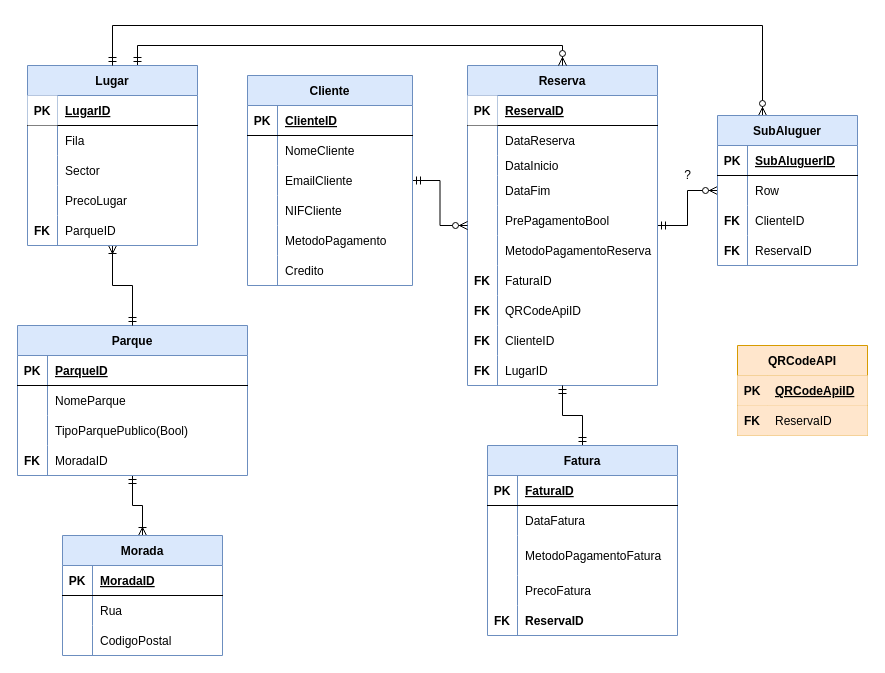
PauloTor/UPskillDOTNET keeps this draw.io diagram as ERSmartParking.drawio. Above is the earlier version. Source tidied: cells renumbered, new cells numbered last; positions are measured from the earlier drawing's top-left corner, leaving out a move shared by most shapes. Both pictures are drawn from the tidied source at 100%, with x=0, y=0 at pixel (17, 25).
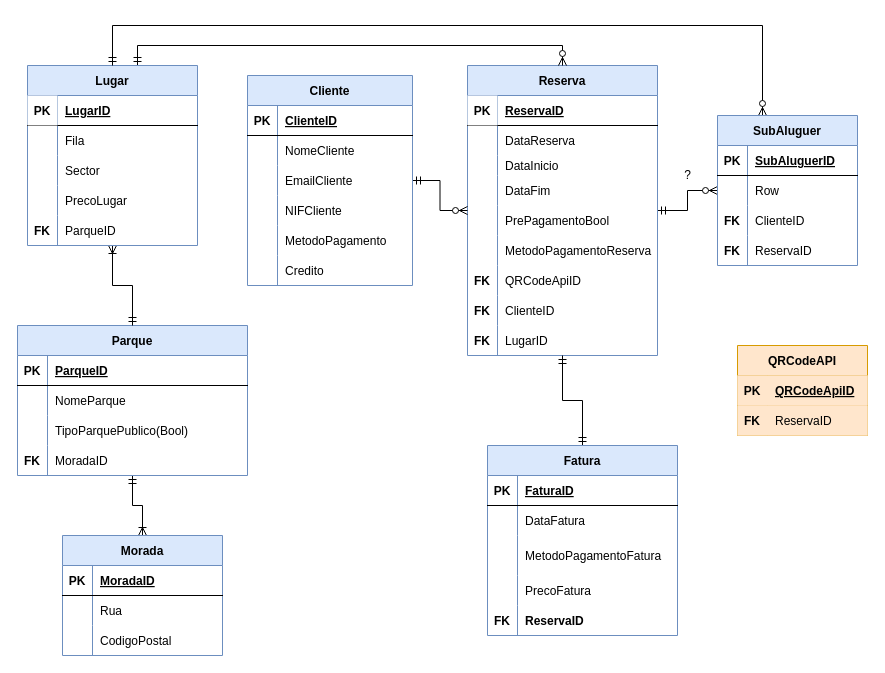
The same page after the edit.

Change to the diagram source:
```diff
@@
     <mxCell id="3" value="Reserva" style="shape=table;startSize=30;childLayout=tableLayout;rowLines=0;fontStyle=1;align=center;fillColor=#dae8fc;strokeColor=#6c8ebf;" parent="1" vertex="1">
-      <mxGeometry x="450" y="40" width="190" height="320" as="geometry" />
+      <mxGeometry x="450" y="40" width="190" height="290" as="geometry" />
     </mxCell>
@@
-    <mxCell id="22" style="shape=partialRectangle;fillColor=none;top=0;left=0;bottom=0;right=0;" parent="3" vertex="1">
-      <mxGeometry y="200" width="190" height="30" as="geometry" />
-    </mxCell>
-    <mxCell id="23" value="FK" style="shape=partialRectangle;fillColor=none;top=0;left=0;bottom=0;right=0;fontStyle=1;overflow=hidden;" parent="22" vertex="1">
-      <mxGeometry width="30" height="30" as="geometry" />
-    </mxCell>
-    <mxCell id="24" value="FaturaID" style="shape=partialRectangle;fillColor=none;top=0;left=0;bottom=0;right=0;align=left;spacingLeft=6;fontStyle=0;overflow=hidden;" parent="22" vertex="1">
-      <mxGeometry x="30" width="160" height="30" as="geometry" />
-    </mxCell>
     <mxCell id="25" style="shape=partialRectangle;fillColor=none;top=0;left=0;bottom=0;right=0;" parent="3" vertex="1">
-      <mxGeometry y="230" width="190" height="30" as="geometry" />
+      <mxGeometry y="200" width="190" height="30" as="geometry" />
     </mxCell>
@@
     <mxCell id="28" style="shape=partialRectangle;fillColor=none;top=0;left=0;right=0;bottom=0;" parent="3" vertex="1">
-      <mxGeometry y="260" width="190" height="30" as="geometry" />
+      <mxGeometry y="230" width="190" height="30" as="geometry" />
     </mxCell>
@@
     <mxCell id="31" style="shape=partialRectangle;fillColor=none;top=0;left=0;bottom=0;right=0;" parent="3" vertex="1">
-      <mxGeometry y="290" width="190" height="30" as="geometry" />
+      <mxGeometry y="260" width="190" height="30" as="geometry" />
     </mxCell>
```
